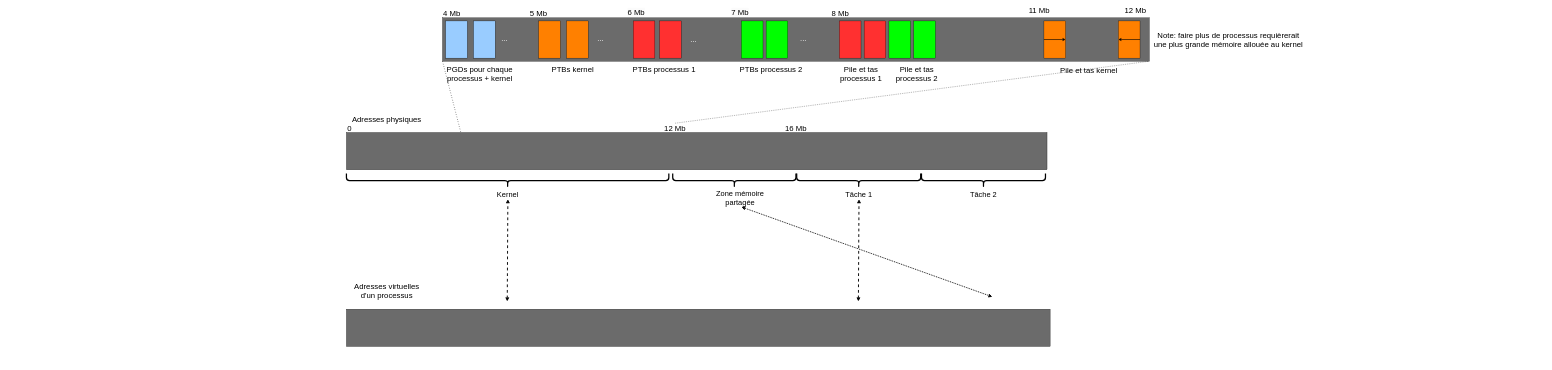
This is tp_exam/cartomem.drawio from DreadFog/secOS, a draw.io file, before an edit. Source tidied: cells renumbered, new cells numbered last; positions are measured from the earlier drawing's top-left corner, leaving out a move shared by most shapes. Both pictures are drawn from the tidied source at 31%, with x=0, y=0 at pixel (346, 5).
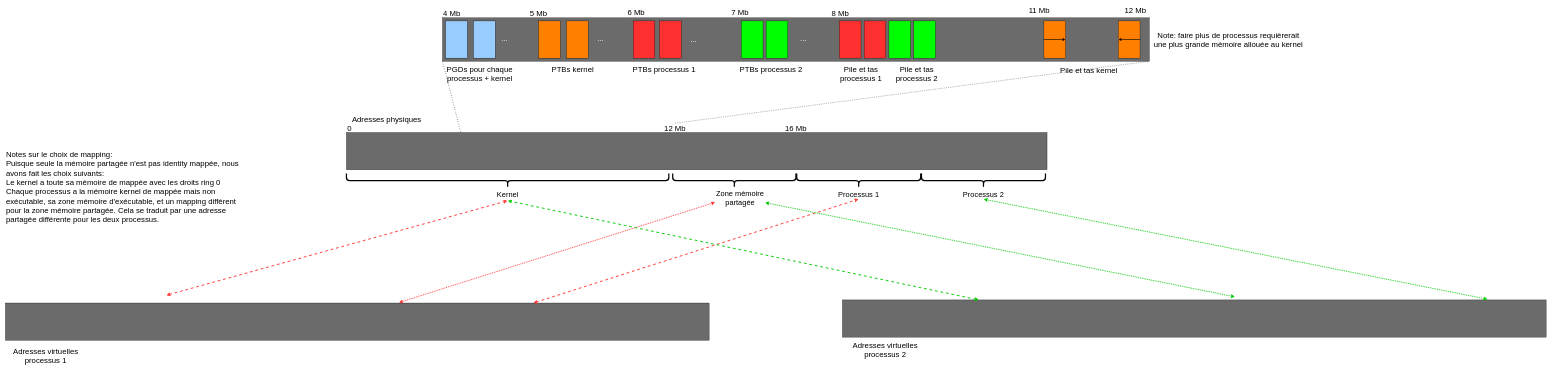
After the change.

The change refers to these unchanged cells:
```xml
<mxCell id="10" value="&lt;font style=&quot;font-size: 24px;&quot;&gt;Kernel&lt;/font&gt;" style="text;html=1;strokeColor=none;fillColor=none;align=center;verticalAlign=middle;whiteSpace=wrap;rounded=0;strokeWidth=4;" parent="1" vertex="1">
  <mxGeometry x="482.5" y="590" width="75" height="40" as="geometry" />
</mxCell>
<mxCell id="15" value="&lt;span style=&quot;font-size: 24px;&quot;&gt;Zone mémoire partagée&lt;/span&gt;" style="text;html=1;strokeColor=none;fillColor=none;align=center;verticalAlign=middle;whiteSpace=wrap;rounded=0;strokeWidth=4;" parent="1" vertex="1">
  <mxGeometry x="1190" y="590" width="160" height="60" as="geometry" />
</mxCell>
```

Change to the diagram source:
```diff
@@
-<mxGraphModel>
+<mxGraphModel background="#FFFFFF">
@@
-    <mxCell id="3" value="&lt;font style=&quot;font-size: 25px;&quot;&gt;Adresses virtuelles &lt;br&gt;d'un processus&lt;/font&gt;" style="text;html=1;strokeColor=none;fillColor=none;align=center;verticalAlign=middle;whiteSpace=wrap;rounded=0;" parent="1" vertex="1">
-      <mxGeometry y="890" width="260" height="60" as="geometry" />
+    <mxCell id="3" value="&lt;font style=&quot;font-size: 25px;&quot;&gt;Adresses virtuelles &lt;br&gt;processus 1&lt;/font&gt;" style="text;html=1;strokeColor=none;fillColor=none;align=center;verticalAlign=middle;whiteSpace=wrap;rounded=0;" parent="1" vertex="1">
+      <mxGeometry x="-1100" y="1100" width="260" height="60" as="geometry" />
     </mxCell>
     <mxCell id="4" style="rounded=0;whiteSpace=wrap;html=1;fillColor=#6B6B6B;" parent="1" vertex="1">
-      <mxGeometry y="980" width="2270" height="120" as="geometry" />
+      <mxGeometry x="-1100" y="960" width="2270" height="120" as="geometry" />
     </mxCell>
@@
-    <mxCell id="13" style="endArrow=classic;startArrow=classic;html=1;fontSize=24;dashed=1;strokeWidth=3;" parent="1" edge="1">
+    <mxCell id="13" style="endArrow=classic;startArrow=classic;html=1;fontSize=24;dashed=1;strokeWidth=3;entryX=0.5;entryY=1;entryDx=0;entryDy=0;fillColor=#f8cecc;strokeColor=#FF3333;" parent="1" edge="1" target="10">
       <mxGeometry relative="1" as="geometry">
-        <mxPoint x="518.8" y="955" as="sourcePoint" />
-        <mxPoint x="520.8" y="625" as="targetPoint" />
+        <mxPoint x="-581.2" y="935" as="sourcePoint" />
       </mxGeometry>
     </mxCell>
-    <mxCell id="14" value="&lt;span style=&quot;font-size: 24px;&quot;&gt;Tâche 1&lt;/span&gt;" style="text;html=1;strokeColor=none;fillColor=none;align=center;verticalAlign=middle;whiteSpace=wrap;rounded=0;strokeWidth=4;" parent="1" vertex="1">
-      <mxGeometry x="1607.5" y="595" width="90" height="30" as="geometry" />
+    <mxCell id="14" value="&lt;span style=&quot;font-size: 24px;&quot;&gt;Processus 1&lt;/span&gt;" style="text;html=1;strokeColor=none;fillColor=none;align=center;verticalAlign=middle;whiteSpace=wrap;rounded=0;strokeWidth=4;" parent="1" vertex="1">
+      <mxGeometry x="1576.2" y="595" width="152.5" height="30" as="geometry" />
     </mxCell>
@@
-    <mxCell id="17" value="&lt;span style=&quot;font-size: 24px;&quot;&gt;Tâche 2&lt;/span&gt;" style="text;html=1;strokeColor=none;fillColor=none;align=center;verticalAlign=middle;whiteSpace=wrap;rounded=0;strokeWidth=4;" parent="1" vertex="1">
-      <mxGeometry x="2010" y="595" width="90" height="30" as="geometry" />
+    <mxCell id="17" value="&lt;span style=&quot;font-size: 24px;&quot;&gt;Processus 2&lt;/span&gt;" style="text;html=1;strokeColor=none;fillColor=none;align=center;verticalAlign=middle;whiteSpace=wrap;rounded=0;strokeWidth=4;" parent="1" vertex="1">
+      <mxGeometry x="1965" y="595" width="180" height="30" as="geometry" />
     </mxCell>
@@
-    <mxCell id="23" style="endArrow=classic;startArrow=classic;html=1;fontSize=24;dashed=1;strokeWidth=3;" parent="1" edge="1">
-      <mxGeometry relative="1" as="geometry">
-        <mxPoint x="1651.5" y="955" as="sourcePoint" />
-        <mxPoint x="1653.5" y="625" as="targetPoint" />
-      </mxGeometry>
+    <mxCell id="23" style="endArrow=classic;startArrow=classic;html=1;fontSize=24;dashed=1;strokeWidth=3;entryX=0.5;entryY=1;entryDx=0;entryDy=0;exitX=0.75;exitY=0;exitDx=0;exitDy=0;strokeColor=#FF3333;" parent="1" edge="1" source="4" target="14">
+      <mxGeometry relative="1" as="geometry" />
     </mxCell>
@@
-    <mxCell id="27" style="endArrow=classic;startArrow=classic;html=1;fontSize=24;dashed=1;strokeWidth=3;dashPattern=1 1;" parent="1" edge="1">
-      <mxGeometry relative="1" as="geometry">
-        <mxPoint x="2083.8" y="940" as="sourcePoint" />
-        <mxPoint x="1273.8" y="650" as="targetPoint" />
-      </mxGeometry>
+    <mxCell id="27" style="endArrow=classic;startArrow=classic;html=1;fontSize=24;dashed=1;strokeWidth=3;dashPattern=1 1;entryX=0;entryY=0.75;entryDx=0;entryDy=0;strokeColor=#FF3333;exitX=0.559;exitY=-0.011;exitDx=0;exitDy=0;exitPerimeter=0;" parent="1" edge="1" source="4" target="15">
+      <mxGeometry relative="1" as="geometry" />
     </mxCell>
@@
+    <mxCell id="58" value="&lt;font style=&quot;font-size: 25px;&quot;&gt;Adresses virtuelles &lt;br&gt;processus 2&lt;/font&gt;" style="text;html=1;strokeColor=none;fillColor=none;align=center;verticalAlign=middle;whiteSpace=wrap;rounded=0;" parent="1" vertex="1">
+      <mxGeometry x="1607.5" y="1080" width="260" height="60" as="geometry" />
+    </mxCell>
+    <mxCell id="59" style="rounded=0;whiteSpace=wrap;html=1;fillColor=#6B6B6B;" parent="1" vertex="1">
+      <mxGeometry x="1600" y="950" width="2270" height="120" as="geometry" />
+    </mxCell>
+    <mxCell id="60" style="endArrow=classic;startArrow=classic;html=1;fontSize=24;dashed=1;strokeWidth=3;entryX=0.5;entryY=1;entryDx=0;entryDy=0;exitX=0.194;exitY=0;exitDx=0;exitDy=0;exitPerimeter=0;strokeColor=#00CC00;" parent="1" edge="1" source="59" target="10">
+      <mxGeometry relative="1" as="geometry" />
+    </mxCell>
+    <mxCell id="61" style="endArrow=classic;startArrow=classic;html=1;fontSize=24;dashed=1;strokeWidth=3;dashPattern=1 1;entryX=0.558;entryY=-0.081;entryDx=0;entryDy=0;entryPerimeter=0;strokeColor=#00CC00;" parent="1" edge="1" source="15" target="59">
+      <mxGeometry relative="1" as="geometry" />
+    </mxCell>
+    <mxCell id="62" style="endArrow=classic;startArrow=classic;html=1;fontSize=24;dashed=1;strokeWidth=3;dashPattern=1 1;exitX=0.5;exitY=1;exitDx=0;exitDy=0;entryX=0.917;entryY=-0.018;entryDx=0;entryDy=0;entryPerimeter=0;strokeColor=#00CC00;" parent="1" edge="1" source="17" target="59">
+      <mxGeometry relative="1" as="geometry" />
+    </mxCell>
+    <mxCell id="63" value="&lt;div style=&quot;&quot;&gt;&lt;span style=&quot;font-size: 25px; background-color: initial;&quot;&gt;Notes sur le choix de mapping:&lt;/span&gt;&lt;/div&gt;&lt;div style=&quot;&quot;&gt;&lt;span style=&quot;font-size: 25px;&quot;&gt;Puisque seule la mémoire partagée n'est pas identity mappée, nous avons fait les choix suivants:&lt;/span&gt;&lt;/div&gt;&lt;div style=&quot;&quot;&gt;&lt;span style=&quot;font-size: 25px;&quot;&gt;Le kernel a toute sa mémoire de mappée avec les droits ring 0&lt;/span&gt;&lt;/div&gt;&lt;div style=&quot;&quot;&gt;&lt;span style=&quot;font-size: 25px;&quot;&gt;Chaque processus a la mémoire kernel de mappée mais non exécutable, sa zone mémoire d'exécutable, et un mapping différent pour la zone mémoire partagée. Cela se traduit par une adresse partagée différente pour les deux processus.&lt;/span&gt;&lt;/div&gt;" style="text;html=1;strokeColor=none;fillColor=none;align=left;verticalAlign=middle;whiteSpace=wrap;rounded=0;" parent="1" vertex="1">
+      <mxGeometry x="-1100" y="470" width="770" height="230" as="geometry" />
+    </mxCell>
```
